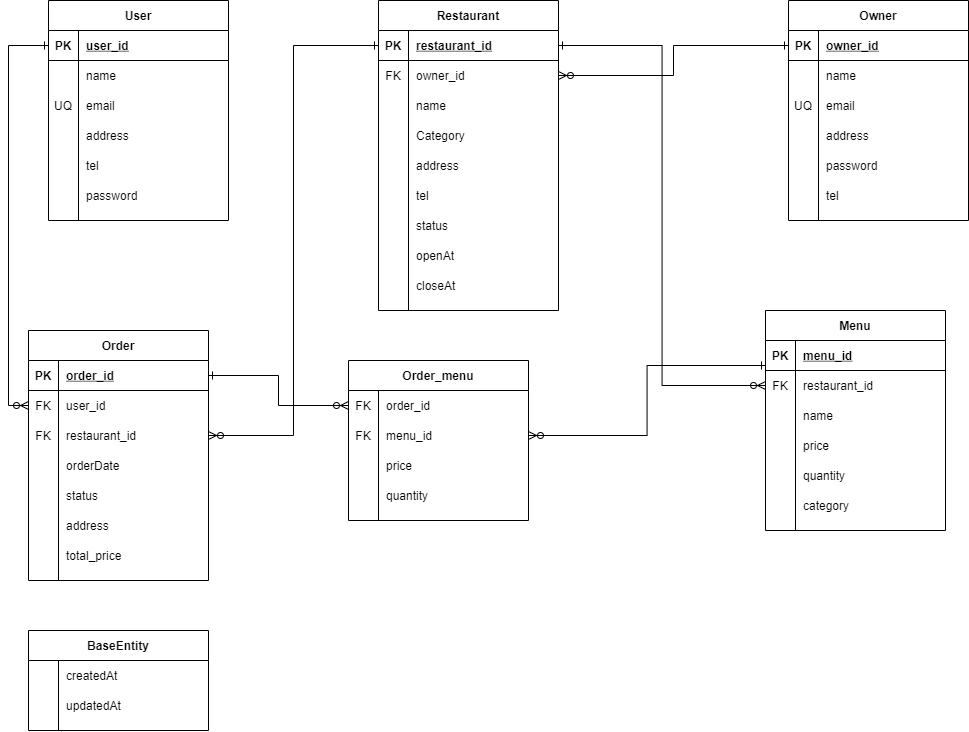
The draw.io diagram delivery.drawio.png in setung/delivery, before a commit. Source tidied: cells renumbered, new cells last; positions are measured from the earlier drawing's top-left corner, leaving out a move shared by most shapes.
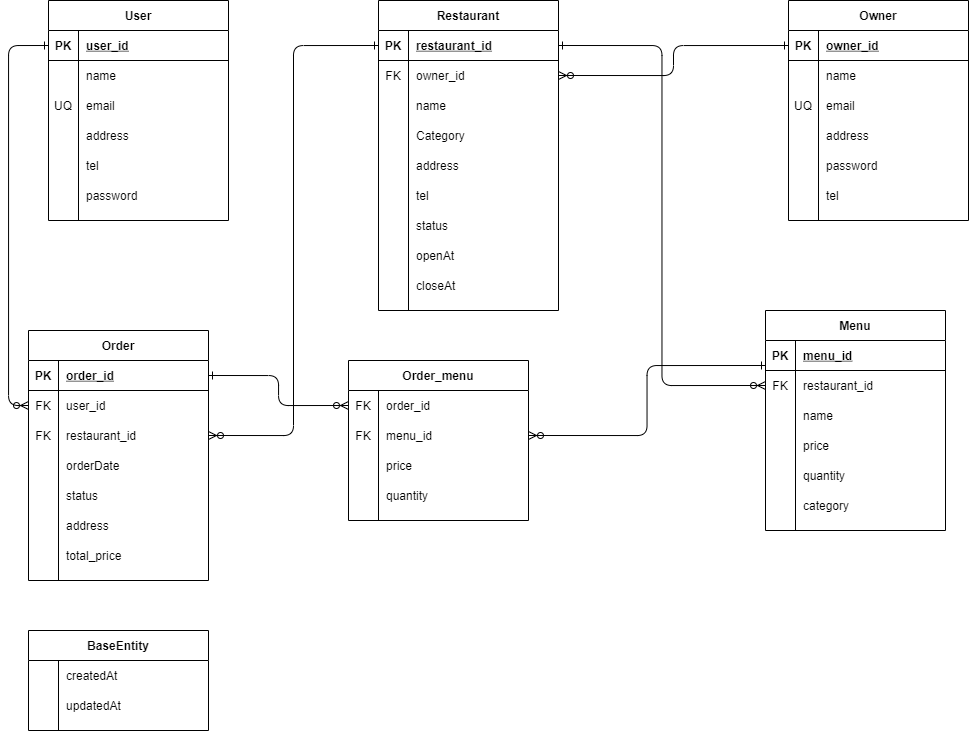
After the change.

The edit, as a diff of the source:
```diff
@@ -2,7 +2,7 @@
   <root>
     <mxCell id="0" />
     <mxCell id="1" parent="0" />
-    <mxCell id="2" value="User" style="shape=table;startSize=30;rowLines=0;fontStyle=1;align=center;" parent="1" vertex="1">
+    <mxCell id="2" value="User" style="shape=table;startSize=30;rowLines=0;fontStyle=1;align=center;fillColor=default;swimlaneFillColor=default;" parent="1" vertex="1">
       <mxGeometry x="20" width="180" height="220" as="geometry" />
     </mxCell>
     <mxCell id="3" style="shape=partialRectangle;fillColor=none;top=0;left=0;bottom=1;right=0;points=[[0,0.5],[1,0.5]];portConstraint=eastwest;" parent="2" vertex="1">
@@ -59,7 +59,7 @@
     <mxCell id="20" value="password" style="shape=partialRectangle;fillColor=none;top=0;left=0;bottom=0;right=0;align=left;spacingLeft=6;overflow=hidden;" parent="18" vertex="1">
       <mxGeometry x="30" width="150" height="30" as="geometry" />
     </mxCell>
-    <mxCell id="21" value="Owner" style="shape=table;startSize=30;rowLines=0;fontStyle=1;align=center;" parent="1" vertex="1">
+    <mxCell id="21" value="Owner" style="shape=table;startSize=30;rowLines=0;fontStyle=1;align=center;swimlaneFillColor=default;" parent="1" vertex="1">
       <mxGeometry x="760" width="180" height="220" as="geometry" />
     </mxCell>
     <mxCell id="22" style="shape=partialRectangle;fillColor=none;top=0;left=0;bottom=1;right=0;points=[[0,0.5],[1,0.5]];portConstraint=eastwest;" parent="21" vertex="1">
@@ -116,7 +116,7 @@
     <mxCell id="39" value="tel" style="shape=partialRectangle;fillColor=none;top=0;left=0;bottom=0;right=0;align=left;spacingLeft=6;overflow=hidden;" parent="37" vertex="1">
       <mxGeometry x="30" width="150" height="30" as="geometry" />
     </mxCell>
-    <mxCell id="40" value="BaseEntity" style="shape=table;startSize=30;rowLines=0;fontStyle=1;align=center;" parent="1" vertex="1">
+    <mxCell id="40" value="BaseEntity" style="shape=table;startSize=30;rowLines=0;fontStyle=1;align=center;swimlaneFillColor=default;" parent="1" vertex="1">
       <mxGeometry y="630" width="180" height="100" as="geometry" />
     </mxCell>
     <mxCell id="41" style="shape=partialRectangle;fillColor=none;top=0;left=0;bottom=0;right=0;" parent="40" vertex="1">
@@ -137,7 +137,7 @@
     <mxCell id="46" value="updatedAt" style="shape=partialRectangle;fillColor=none;top=0;left=0;bottom=0;right=0;align=left;spacingLeft=6;overflow=hidden;" parent="44" vertex="1">
       <mxGeometry x="30" width="150" height="30" as="geometry" />
     </mxCell>
-    <mxCell id="47" value="Restaurant" style="shape=table;startSize=30;rowLines=0;fontStyle=1;align=center;" parent="1" vertex="1">
+    <mxCell id="47" value="Restaurant" style="shape=table;startSize=30;rowLines=0;fontStyle=1;align=center;swimlaneFillColor=default;" parent="1" vertex="1">
       <mxGeometry x="350" width="180" height="310" as="geometry" />
     </mxCell>
     <mxCell id="48" style="shape=partialRectangle;fillColor=none;top=0;left=0;bottom=1;right=0;points=[[0,0.5],[1,0.5]];portConstraint=eastwest;" parent="47" vertex="1">
@@ -221,10 +221,10 @@
     <mxCell id="74" value="closeAt" style="shape=partialRectangle;fillColor=none;top=0;left=0;bottom=0;right=0;align=left;spacingLeft=6;overflow=hidden;" parent="72" vertex="1">
       <mxGeometry x="30" width="150" height="30" as="geometry" />
     </mxCell>
-    <mxCell id="75" style="edgeStyle=orthogonalEdgeStyle;rounded=0;jettySize=auto;html=1;exitX=0;exitY=0.25;exitDx=0;exitDy=0;entryX=1;entryY=0.5;entryDx=0;entryDy=0;startArrow=ERone;startFill=0;endArrow=ERzeroToMany;endFill=0;" parent="1" edge="1" source="76" target="121">
+    <mxCell id="75" style="edgeStyle=orthogonalEdgeStyle;jettySize=auto;html=1;exitX=0;exitY=0.25;exitDx=0;exitDy=0;entryX=1;entryY=0.5;entryDx=0;entryDy=0;startArrow=ERone;startFill=0;endArrow=ERzeroToMany;endFill=0;" parent="1" edge="1" source="76" target="121">
       <mxGeometry relative="1" as="geometry" />
     </mxCell>
-    <mxCell id="76" value="Menu" style="shape=table;startSize=30;rowLines=0;fontStyle=1;align=center;" parent="1" vertex="1">
+    <mxCell id="76" value="Menu" style="shape=table;startSize=30;rowLines=0;fontStyle=1;align=center;swimlaneFillColor=default;" parent="1" vertex="1">
       <mxGeometry x="737" y="310" width="180" height="220" as="geometry" />
     </mxCell>
     <mxCell id="77" style="shape=partialRectangle;fillColor=none;top=0;left=0;bottom=1;right=0;" parent="76" vertex="1">
@@ -281,7 +281,7 @@
     <mxCell id="94" value="category" style="shape=partialRectangle;fillColor=none;top=0;left=0;bottom=0;right=0;align=left;spacingLeft=6;overflow=hidden;" parent="92" vertex="1">
       <mxGeometry x="30" width="150" height="30" as="geometry" />
     </mxCell>
-    <mxCell id="95" value="Order" style="shape=table;startSize=30;rowLines=0;fontStyle=1;align=center;" parent="1" vertex="1">
+    <mxCell id="95" value="Order" style="shape=table;startSize=30;rowLines=0;fontStyle=1;align=center;swimlaneFillColor=default;" parent="1" vertex="1">
       <mxGeometry y="330" width="180" height="250" as="geometry" />
     </mxCell>
     <mxCell id="96" style="shape=partialRectangle;fillColor=none;top=0;left=0;bottom=1;right=0;points=[[0,0.5],[1,0.5]];portConstraint=eastwest;" parent="95" vertex="1">
@@ -347,7 +347,7 @@
     <mxCell id="116" value="total_price" style="shape=partialRectangle;fillColor=none;top=0;left=0;bottom=0;right=0;align=left;spacingLeft=6;overflow=hidden;" parent="114" vertex="1">
       <mxGeometry x="30" width="150" height="30" as="geometry" />
     </mxCell>
-    <mxCell id="117" value="Order_menu" style="shape=table;startSize=30;rowLines=0;fontStyle=1;align=center;" parent="1" vertex="1">
+    <mxCell id="117" value="Order_menu" style="shape=table;startSize=30;rowLines=0;fontStyle=1;align=center;swimlaneFillColor=default;" parent="1" vertex="1">
       <mxGeometry x="320" y="360" width="180" height="160" as="geometry" />
     </mxCell>
     <mxCell id="118" style="shape=partialRectangle;fillColor=none;top=0;left=0;bottom=0;right=0;points=[[0,0.5],[1,0.5]];portConstraint=eastwest;" parent="117" vertex="1">
@@ -386,19 +386,19 @@
     <mxCell id="129" value="quantity" style="shape=partialRectangle;fillColor=none;top=0;left=0;bottom=0;right=0;align=left;spacingLeft=6;overflow=hidden;" parent="127" vertex="1">
       <mxGeometry x="30" width="150" height="30" as="geometry" />
     </mxCell>
-    <mxCell id="130" style="edgeStyle=orthogonalEdgeStyle;rounded=0;jettySize=auto;html=1;exitX=0;exitY=0.5;exitDx=0;exitDy=0;entryX=1;entryY=0.5;entryDx=0;entryDy=0;endArrow=ERzeroToMany;endFill=0;startArrow=ERone;startFill=0;" parent="1" edge="1" source="22" target="51">
+    <mxCell id="130" style="edgeStyle=orthogonalEdgeStyle;jettySize=auto;html=1;exitX=0;exitY=0.5;exitDx=0;exitDy=0;entryX=1;entryY=0.5;entryDx=0;entryDy=0;endArrow=ERzeroToMany;endFill=0;startArrow=ERone;startFill=0;" parent="1" edge="1" source="22" target="51">
       <mxGeometry relative="1" as="geometry" />
     </mxCell>
-    <mxCell id="131" style="edgeStyle=orthogonalEdgeStyle;rounded=0;jettySize=auto;html=1;exitX=1;exitY=0.5;exitDx=0;exitDy=0;entryX=0;entryY=0.5;entryDx=0;entryDy=0;startArrow=ERone;startFill=0;endArrow=ERzeroToMany;endFill=0;" parent="1" edge="1" source="48" target="80">
+    <mxCell id="131" style="edgeStyle=orthogonalEdgeStyle;jettySize=auto;html=1;exitX=1;exitY=0.5;exitDx=0;exitDy=0;entryX=0;entryY=0.5;entryDx=0;entryDy=0;startArrow=ERone;startFill=0;endArrow=ERzeroToMany;endFill=0;" parent="1" edge="1" source="48" target="80">
       <mxGeometry relative="1" as="geometry" />
     </mxCell>
-    <mxCell id="132" style="edgeStyle=orthogonalEdgeStyle;rounded=0;jettySize=auto;html=1;exitX=1;exitY=0.5;exitDx=0;exitDy=0;entryX=0;entryY=0.5;entryDx=0;entryDy=0;startArrow=ERone;startFill=0;endArrow=ERzeroToMany;endFill=0;" parent="1" edge="1" source="96" target="118">
+    <mxCell id="132" style="edgeStyle=orthogonalEdgeStyle;jettySize=auto;html=1;exitX=1;exitY=0.5;exitDx=0;exitDy=0;entryX=0;entryY=0.5;entryDx=0;entryDy=0;startArrow=ERone;startFill=0;endArrow=ERzeroToMany;endFill=0;" parent="1" edge="1" source="96" target="118">
       <mxGeometry relative="1" as="geometry" />
     </mxCell>
-    <mxCell id="133" style="edgeStyle=orthogonalEdgeStyle;rounded=0;jettySize=auto;html=1;exitX=0;exitY=0.5;exitDx=0;exitDy=0;entryX=0;entryY=0.5;entryDx=0;entryDy=0;startArrow=ERone;startFill=0;endArrow=ERzeroToMany;endFill=0;" parent="1" edge="1" source="3" target="99">
+    <mxCell id="133" style="edgeStyle=orthogonalEdgeStyle;jettySize=auto;html=1;exitX=0;exitY=0.5;exitDx=0;exitDy=0;entryX=0;entryY=0.5;entryDx=0;entryDy=0;startArrow=ERone;startFill=0;endArrow=ERzeroToMany;endFill=0;" parent="1" edge="1" source="3" target="99">
       <mxGeometry relative="1" as="geometry" />
     </mxCell>
-    <mxCell id="134" style="edgeStyle=orthogonalEdgeStyle;rounded=0;jettySize=auto;html=1;exitX=0;exitY=0.5;exitDx=0;exitDy=0;entryX=1;entryY=0.5;entryDx=0;entryDy=0;startArrow=ERone;startFill=0;endArrow=ERzeroToMany;endFill=0;" parent="1" edge="1" source="48" target="102">
+    <mxCell id="134" style="edgeStyle=orthogonalEdgeStyle;jettySize=auto;html=1;exitX=0;exitY=0.5;exitDx=0;exitDy=0;entryX=1;entryY=0.5;entryDx=0;entryDy=0;startArrow=ERone;startFill=0;endArrow=ERzeroToMany;endFill=0;" parent="1" edge="1" source="48" target="102">
       <mxGeometry relative="1" as="geometry" />
     </mxCell>
   </root>
```
